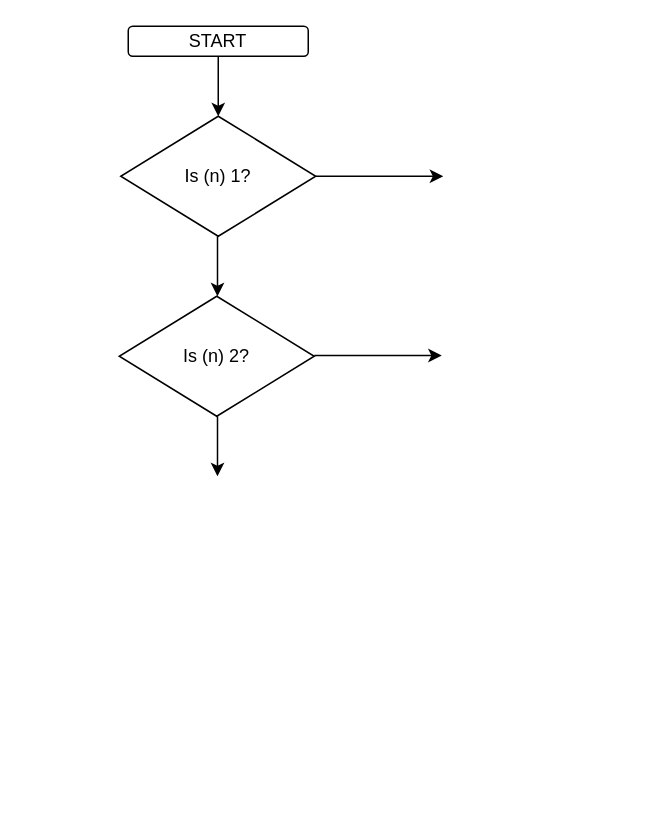
Before: Fibonacci generator.drawio in redolfosei/flowCharts, a draw.io diagram. Source tidied: cells renumbered, new cells numbered last; positions are measured from the earlier drawing's top-left corner, leaving out a move shared by most shapes. Both pictures are drawn from the tidied source at 150%, with x=0, y=0 at pixel (118, 26).
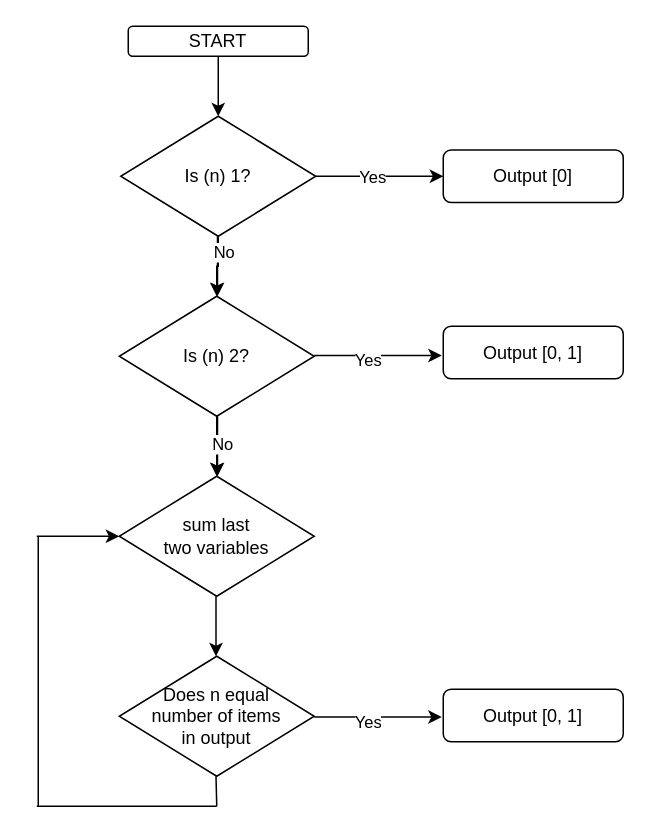
The same diagram, later.

Unchanged cells that the change refers to:
```xml
<mxCell id="4" value="Is (n) 1?" style="rhombus;whiteSpace=wrap;html=1;" parent="1" vertex="1">
  <mxGeometry x="1" y="60" width="130" height="80" as="geometry" />
</mxCell>
<mxCell id="5" style="endArrow=classic;html=1;rounded=0;exitX=0.5;exitY=1;exitDx=0;exitDy=0;" parent="1" edge="1">
  <mxGeometry relative="1" as="geometry">
    <mxPoint x="65.5" y="140" as="sourcePoint" />
    <mxPoint x="65.5" y="180" as="targetPoint" />
  </mxGeometry>
</mxCell>
<mxCell id="6" value="Is (n) 2?" style="rhombus;whiteSpace=wrap;html=1;" parent="1" vertex="1">
  <mxGeometry y="180" width="130" height="80" as="geometry" />
</mxCell>
<mxCell id="7" style="endArrow=classic;html=1;rounded=0;exitX=0.5;exitY=1;exitDx=0;exitDy=0;" parent="1" edge="1">
  <mxGeometry relative="1" as="geometry">
    <mxPoint x="65.5" y="260" as="sourcePoint" />
    <mxPoint x="65.5" y="300" as="targetPoint" />
  </mxGeometry>
</mxCell>
<mxCell id="8" style="endArrow=classic;html=1;rounded=0;exitX=0.5;exitY=1;exitDx=0;exitDy=0;" parent="1" edge="1">
  <mxGeometry relative="1" as="geometry">
    <mxPoint x="131" y="100" as="sourcePoint" />
    <mxPoint x="216" y="100" as="targetPoint" />
  </mxGeometry>
</mxCell>
<mxCell id="9" style="endArrow=classic;html=1;rounded=0;exitX=0.5;exitY=1;exitDx=0;exitDy=0;" parent="1" edge="1">
  <mxGeometry relative="1" as="geometry">
    <mxPoint x="130" y="219.5" as="sourcePoint" />
    <mxPoint x="215" y="219.5" as="targetPoint" />
  </mxGeometry>
</mxCell>
```

Change to the diagram source:
```diff
@@
+    <mxCell id="10" style="edgeStyle=orthogonalEdgeStyle;rounded=0;jettySize=auto;html=1;" parent="1" edge="1" source="4" target="6">
+      <mxGeometry relative="1" as="geometry" />
+    </mxCell>
@@
+    <mxCell id="11" value="No" style="edgeLabel;html=1;align=center;verticalAlign=middle;" parent="5" vertex="1">
+      <mxGeometry x="-0.5" y="4" relative="1" as="geometry" />
+    </mxCell>
+    <mxCell id="12" style="edgeStyle=orthogonalEdgeStyle;rounded=0;jettySize=auto;html=1;" parent="1" edge="1" source="6" target="18">
+      <mxGeometry relative="1" as="geometry" />
+    </mxCell>
@@
+    <mxCell id="13" value="No" style="edgeLabel;html=1;align=center;verticalAlign=middle;" parent="7" vertex="1">
+      <mxGeometry x="-0.1" y="3" relative="1" as="geometry" />
+    </mxCell>
@@
+    <mxCell id="14" value="Yes" style="edgeLabel;html=1;align=center;verticalAlign=middle;" parent="8" vertex="1">
+      <mxGeometry x="-0.13" relative="1" as="geometry" />
+    </mxCell>
@@
+    <mxCell id="15" value="Yes" style="edgeLabel;html=1;align=center;verticalAlign=middle;" parent="9" vertex="1">
+      <mxGeometry x="-0.18" y="-2" relative="1" as="geometry">
+        <mxPoint y="1" as="offset" />
+      </mxGeometry>
+    </mxCell>
+    <mxCell id="16" value="Output [0]" style="rounded=1;whiteSpace=wrap;html=1;" parent="1" vertex="1">
+      <mxGeometry x="216" y="82.5" width="120" height="35" as="geometry" />
+    </mxCell>
+    <mxCell id="17" value="Output [0, 1]" style="rounded=1;whiteSpace=wrap;html=1;" parent="1" vertex="1">
+      <mxGeometry x="216" y="200" width="120" height="35" as="geometry" />
+    </mxCell>
+    <mxCell id="18" value="&lt;div&gt;sum last&lt;/div&gt;&lt;div&gt;two variables&lt;br&gt;&lt;/div&gt;" style="rhombus;whiteSpace=wrap;html=1;" parent="1" vertex="1">
+      <mxGeometry y="300" width="130" height="80" as="geometry" />
+    </mxCell>
+    <mxCell id="19" style="endArrow=classic;html=1;rounded=0;exitX=0.5;exitY=1;exitDx=0;exitDy=0;" parent="1" edge="1">
+      <mxGeometry relative="1" as="geometry">
+        <mxPoint x="64.5" y="380" as="sourcePoint" />
+        <mxPoint x="64.5" y="420" as="targetPoint" />
+      </mxGeometry>
+    </mxCell>
+    <mxCell id="20" value="&lt;div&gt;Does n equal&lt;/div&gt;&lt;div&gt;number of items&lt;/div&gt;&lt;div&gt;in output&lt;br&gt;&lt;/div&gt;" style="rhombus;whiteSpace=wrap;html=1;" parent="1" vertex="1">
+      <mxGeometry y="420" width="130" height="80" as="geometry" />
+    </mxCell>
+    <mxCell id="21" value="Output [0, 1]" style="rounded=1;whiteSpace=wrap;html=1;" parent="1" vertex="1">
+      <mxGeometry x="216" y="442" width="120" height="35" as="geometry" />
+    </mxCell>
+    <mxCell id="22" style="endArrow=classic;html=1;rounded=0;exitX=0.5;exitY=1;exitDx=0;exitDy=0;" parent="1" edge="1">
+      <mxGeometry relative="1" as="geometry">
+        <mxPoint x="130" y="460.5" as="sourcePoint" />
+        <mxPoint x="215" y="460.5" as="targetPoint" />
+      </mxGeometry>
+    </mxCell>
+    <mxCell id="23" value="Yes" style="edgeLabel;html=1;align=center;verticalAlign=middle;" parent="22" vertex="1">
+      <mxGeometry x="-0.18" y="-2" relative="1" as="geometry">
+        <mxPoint y="1" as="offset" />
+      </mxGeometry>
+    </mxCell>
+    <mxCell id="24" style="endArrow=none;html=1;rounded=0;" parent="1" edge="1">
+      <mxGeometry relative="1" as="geometry">
+        <mxPoint x="65" y="520" as="sourcePoint" />
+        <mxPoint x="64.5" y="500" as="targetPoint" />
+      </mxGeometry>
+    </mxCell>
+    <mxCell id="25" style="endArrow=none;html=1;rounded=0;" parent="1" edge="1">
+      <mxGeometry relative="1" as="geometry">
+        <mxPoint x="-55" y="520" as="sourcePoint" />
+        <mxPoint x="65" y="520" as="targetPoint" />
+      </mxGeometry>
+    </mxCell>
+    <mxCell id="26" style="endArrow=none;html=1;rounded=0;" parent="1" edge="1">
+      <mxGeometry relative="1" as="geometry">
+        <mxPoint x="-54" y="520" as="sourcePoint" />
+        <mxPoint x="-54" y="340" as="targetPoint" />
+      </mxGeometry>
+    </mxCell>
+    <mxCell id="27" style="endArrow=classic;html=1;rounded=0;" parent="1" edge="1">
+      <mxGeometry relative="1" as="geometry">
+        <mxPoint x="-55" y="340" as="sourcePoint" />
+        <mxPoint y="340" as="targetPoint" />
+      </mxGeometry>
+    </mxCell>
```
